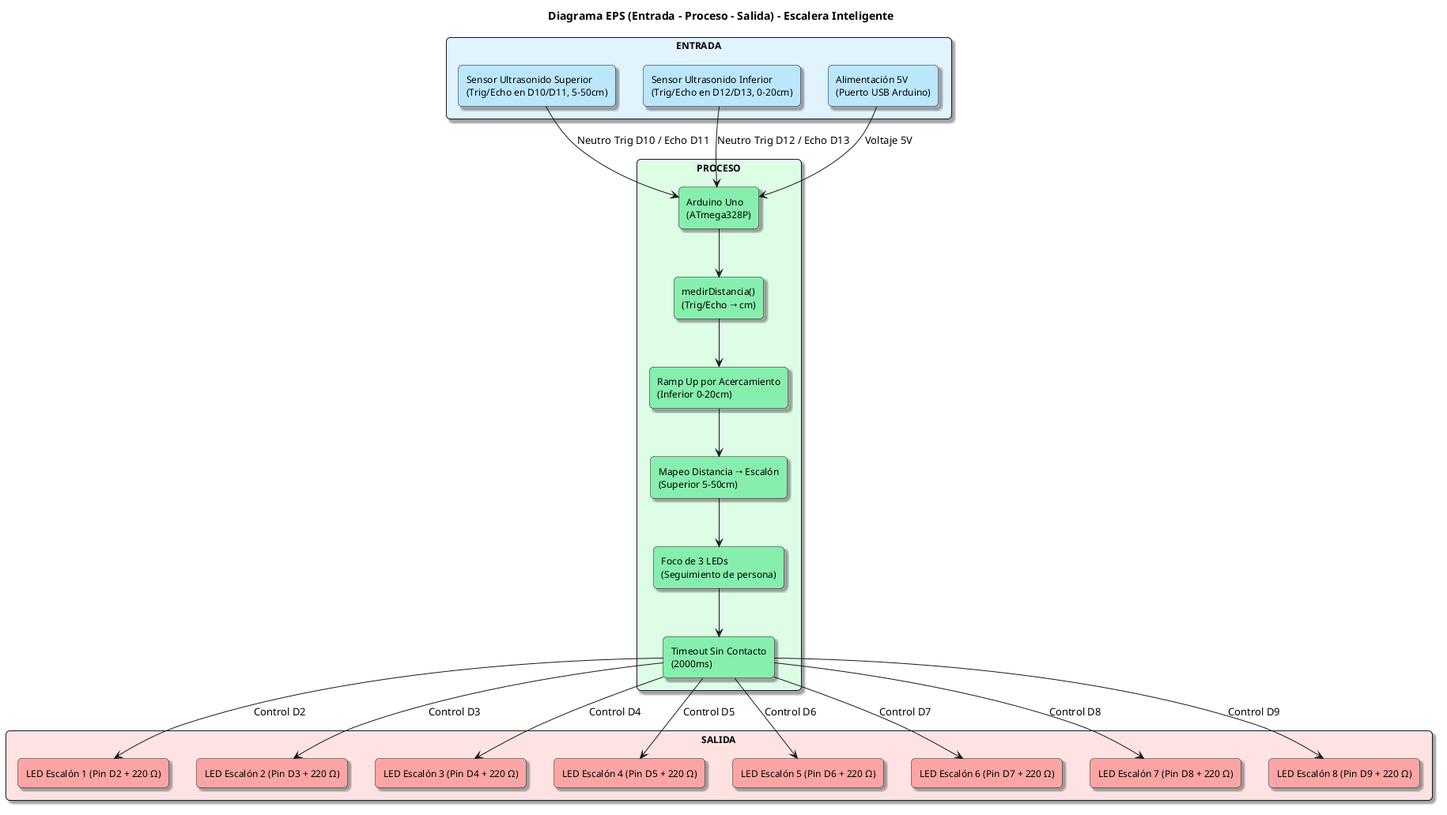
The PlantUML diagram docs/imagenes/diagrama-eps.png in Stirven0/Lus-Escaleras-Arduino, before a commit.
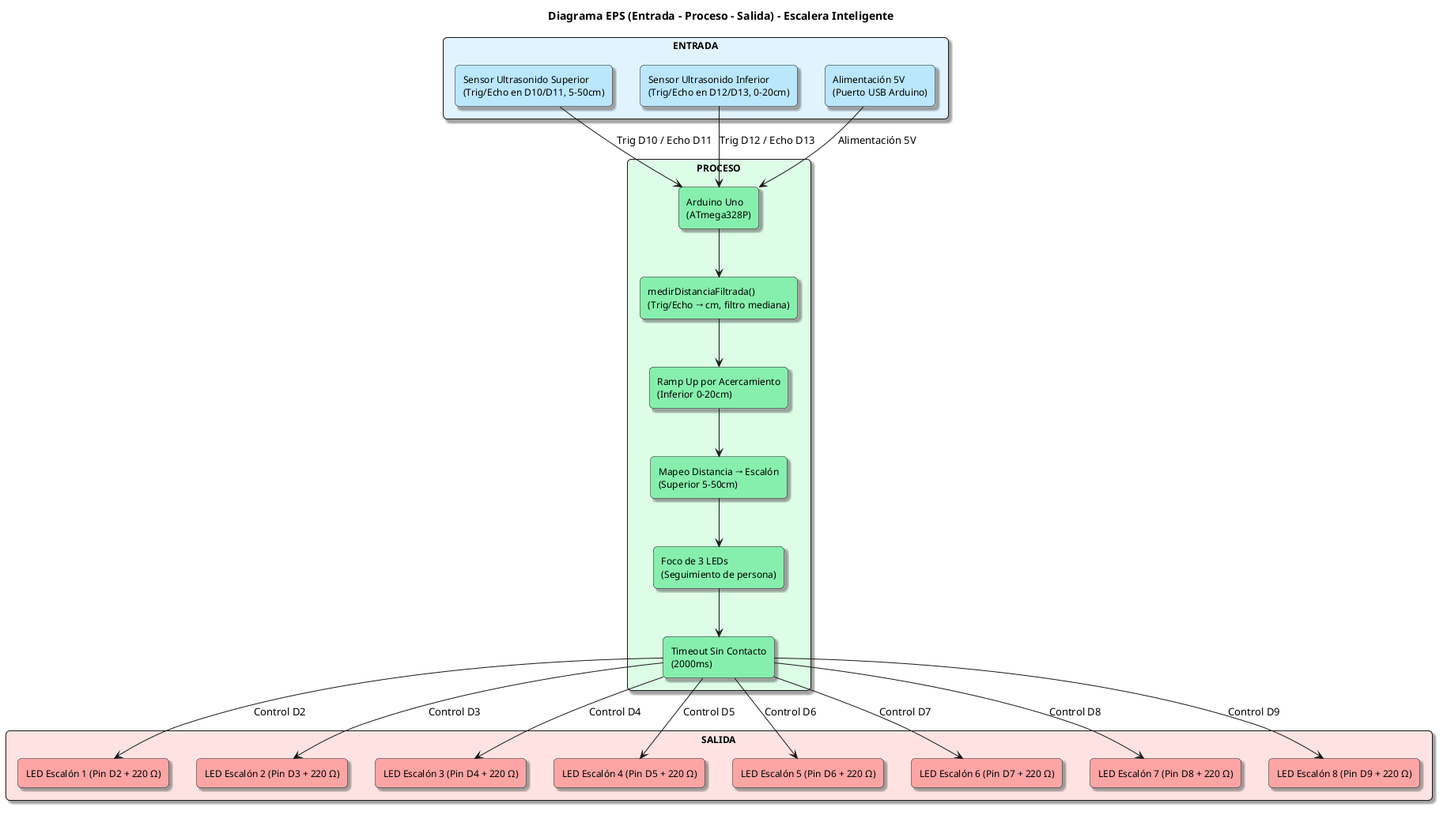
The same file after the commit.

The edit, as a diff of the source:
```diff
@@ -16,7 +16,7 @@
 
 rectangle "PROCESO" as proceso #DCFCE7 {
   rectangle "Arduino Uno\n(ATmega328P)" as a1 #86EFAC
-  rectangle "medirDistancia()\n(Trig/Echo → cm)" as a2 #86EFAC
+  rectangle "medirDistanciaFiltrada()\n(Trig/Echo → cm, filtro mediana)" as a2 #86EFAC
   rectangle "Ramp Up por Acercamiento\n(Inferior 0-20cm)" as a3 #86EFAC
   rectangle "Mapeo Distancia → Escalón\n(Superior 5-50cm)" as a4 #86EFAC
   rectangle "Foco de 3 LEDs\n(Seguimiento de persona)" as a5 #86EFAC
@@ -34,9 +34,9 @@
   rectangle "LED Escalón 8 (Pin D9 + 220 Ω)" as o8 #FCA5A5
 }
 
-s1 --> a1 : Neutro Trig D10 / Echo D11
-s2 --> a1 : Neutro Trig D12 / Echo D13
-s3 --> a1 : Voltaje 5V
+s1 --> a1 : Trig D10 / Echo D11
+s2 --> a1 : Trig D12 / Echo D13
+s3 --> a1 : Alimentación 5V
 
 a1 --> a2
 a2 --> a3
```
